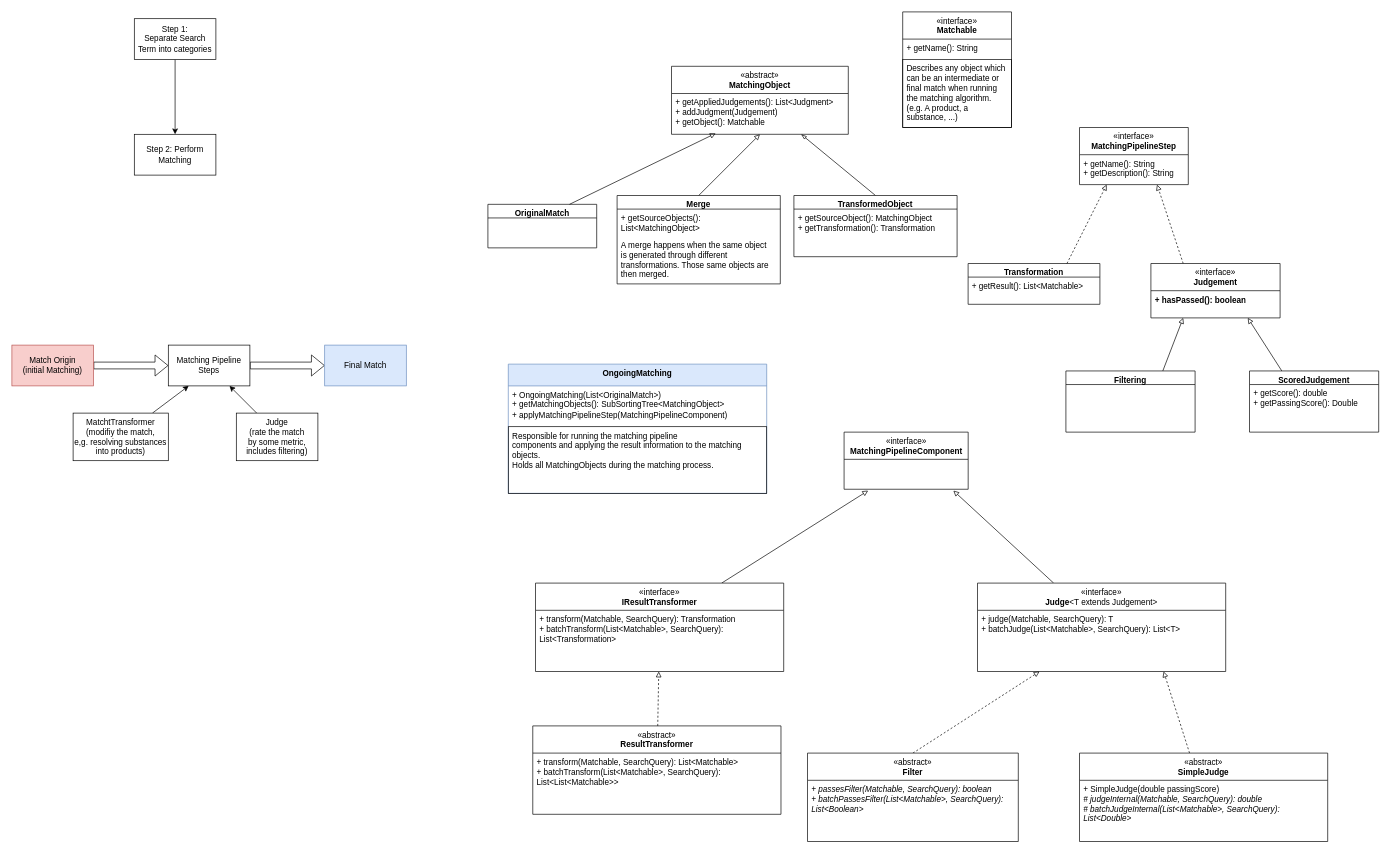
Before: doc/Unstructured Structure Planning.drawio in medizininformatik-initiative/Medication-Graph-FHIR-Converter, a draw.io diagram. Source tidied: cells renumbered, new cells numbered last; positions are measured from the earlier drawing's top-left corner, leaving out a move shared by most shapes. Both pictures are drawn from the tidied source at 68%, with x=0, y=0 at pixel (12, 12).
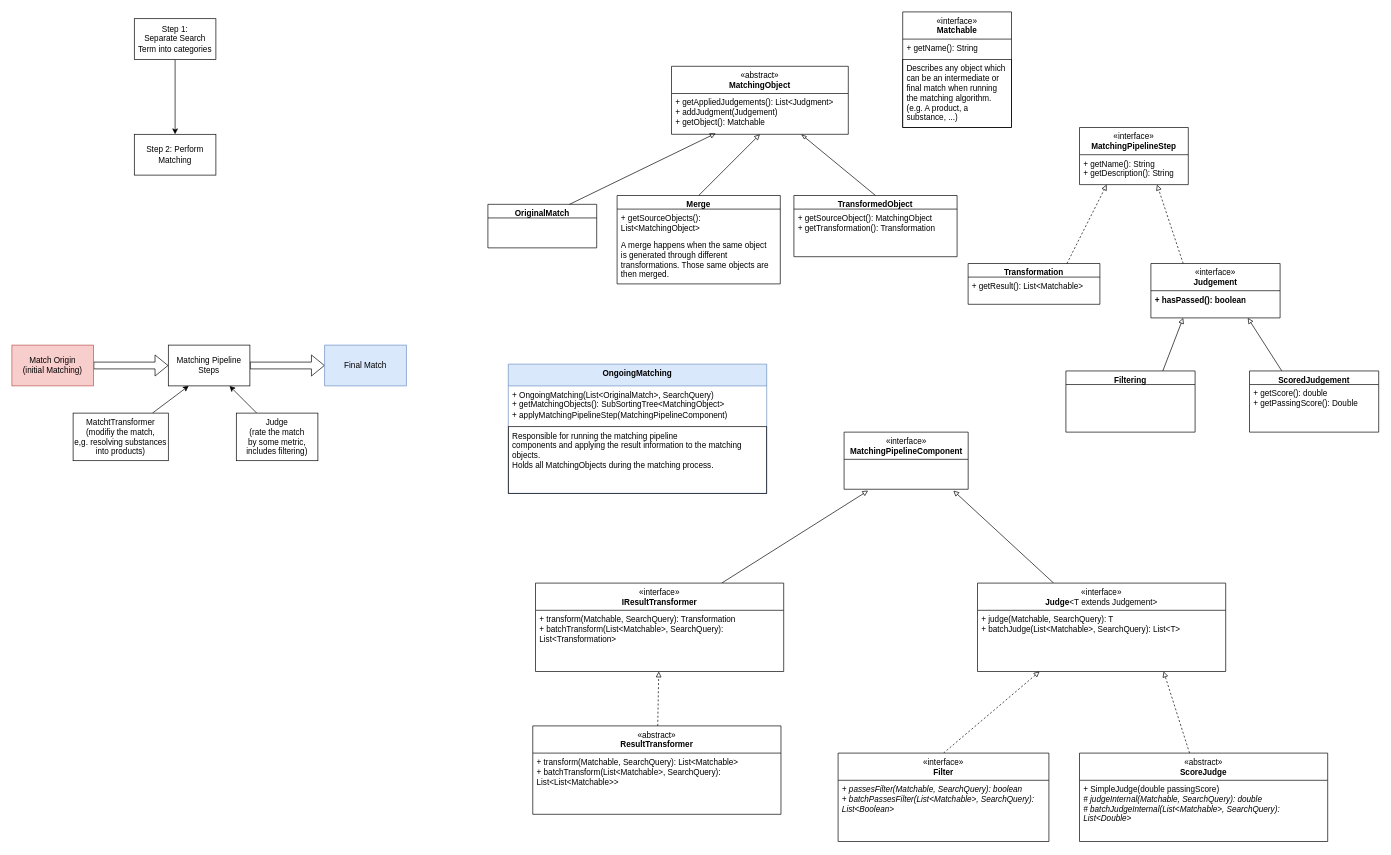
Above is the later version.

Commit message (it also covers changes not shown here):
Wrote more tests for the OngoingMatching

Unchanged cells that the change refers to:
```xml
<mxCell id="46" value="OngoingMatching" style="swimlane;fontStyle=1;align=center;verticalAlign=top;horizontal=1;startSize=32;whiteSpace=wrap;html=1;fillColor=#dae8fc;strokeColor=#6c8ebf;" parent="1" vertex="1">
  <mxGeometry x="730" y="518" width="380" height="190" as="geometry" />
</mxCell>
```

Change to the diagram source:
```diff
@@
-    <mxCell id="44" value="&lt;div&gt;&lt;span style=&quot;font-weight: normal;&quot;&gt;«abstract»&lt;/span&gt;&lt;/div&gt;&lt;div&gt;Filter&lt;/div&gt;" style="swimlane;fontStyle=1;align=center;verticalAlign=top;horizontal=1;startSize=40;whiteSpace=wrap;html=1;" parent="1" vertex="1">
-      <mxGeometry x="1170" y="1090" width="310" height="130" as="geometry" />
+    <mxCell id="44" value="&lt;div&gt;&lt;span style=&quot;font-weight: normal;&quot;&gt;«interface»&lt;/span&gt;&lt;/div&gt;&lt;div&gt;Filter&lt;/div&gt;" style="swimlane;fontStyle=1;align=center;verticalAlign=top;horizontal=1;startSize=40;whiteSpace=wrap;html=1;" parent="1" vertex="1">
+      <mxGeometry x="1215" y="1090" width="310" height="130" as="geometry" />
     </mxCell>
@@
-    <mxCell id="47" value="&lt;div&gt;+ OngoingMatching(List&amp;lt;OriginalMatch&amp;gt;)&lt;/div&gt;&lt;div&gt;+ getMatchingObjects(): SubSortingTree&amp;lt;MatchingObject&amp;gt;&lt;/div&gt;&lt;div&gt;+ applyMatchingPipelineStep(MatchingPipelineComponent)&lt;br&gt;&lt;/div&gt;" style="text;strokeColor=none;fillColor=none;align=left;verticalAlign=top;spacingLeft=4;spacingRight=4;overflow=hidden;whiteSpace=wrap;html=1;" parent="46" vertex="1">
+    <mxCell id="47" value="&lt;div&gt;+ OngoingMatching(List&amp;lt;OriginalMatch&amp;gt;, SearchQuery)&lt;/div&gt;&lt;div&gt;+ getMatchingObjects(): SubSortingTree&amp;lt;MatchingObject&amp;gt;&lt;/div&gt;&lt;div&gt;+ applyMatchingPipelineStep(MatchingPipelineComponent)&lt;br&gt;&lt;/div&gt;" style="text;strokeColor=none;fillColor=none;align=left;verticalAlign=top;spacingLeft=4;spacingRight=4;overflow=hidden;whiteSpace=wrap;html=1;" parent="46" vertex="1">
       <mxGeometry y="32" width="380" height="60" as="geometry" />
     </mxCell>
@@
-    <mxCell id="51" value="&lt;span style=&quot;font-weight: normal;&quot;&gt;«abstract»&lt;/span&gt;&lt;br&gt;SimpleJudge&lt;span style=&quot;font-weight: normal;&quot;&gt;&lt;br&gt;&lt;/span&gt;" style="swimlane;fontStyle=1;align=center;verticalAlign=top;horizontal=1;startSize=40;whiteSpace=wrap;html=1;" parent="1" vertex="1">
+    <mxCell id="51" value="&lt;span style=&quot;font-weight: normal;&quot;&gt;«abstract»&lt;/span&gt;&lt;br&gt;ScoreJudge&lt;span style=&quot;font-weight: normal;&quot;&gt;&lt;br&gt;&lt;/span&gt;" style="swimlane;fontStyle=1;align=center;verticalAlign=top;horizontal=1;startSize=40;whiteSpace=wrap;html=1;" parent="1" vertex="1">
       <mxGeometry x="1570" y="1090" width="365" height="130" as="geometry" />
     </mxCell>
```
